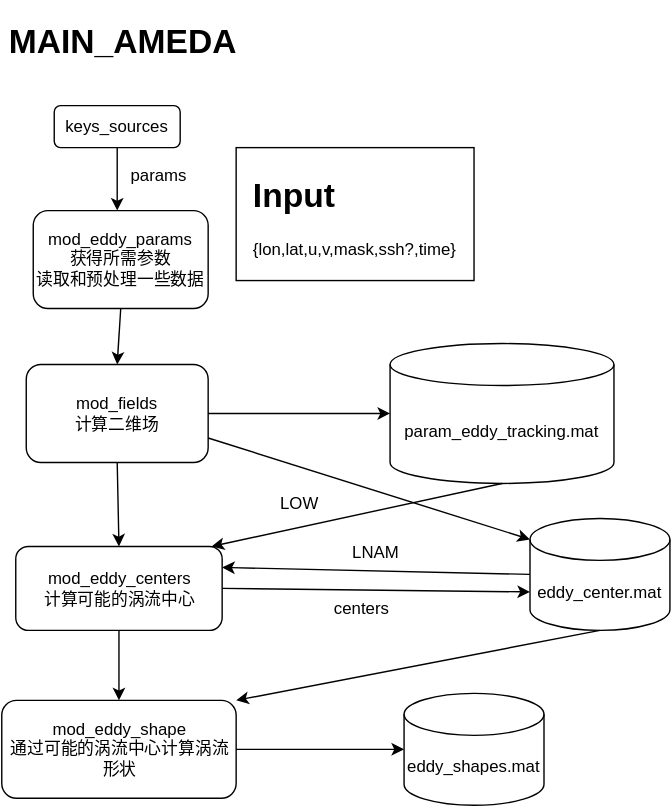
The draw.io diagram AMEDA.drawio.svg in zaodushi/git-test, before a commit. Source tidied: cells renumbered, new cells last; positions are measured from the earlier drawing's top-left corner, leaving out a move shared by most shapes.
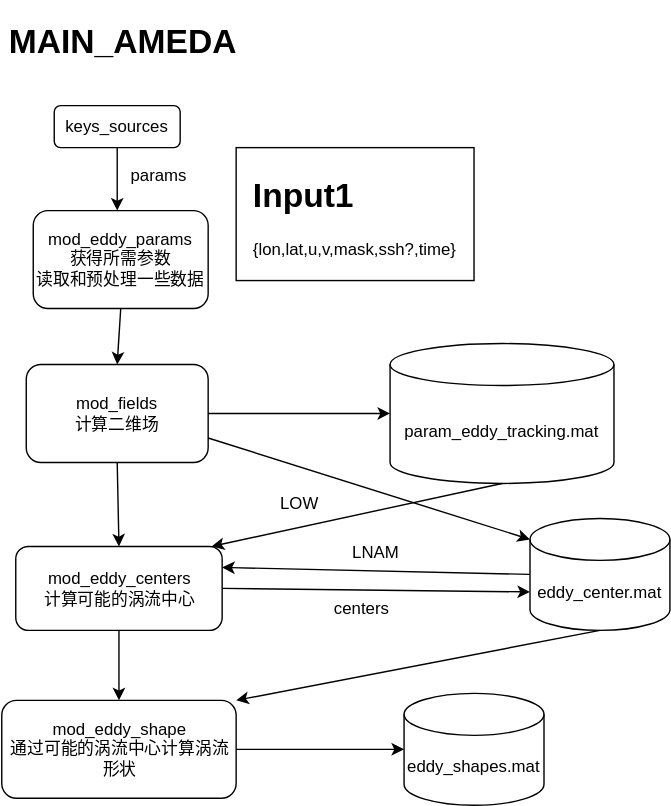
Above is the later version.

The edit, as a diff of the source:
```diff
@@ -68,7 +68,7 @@
     <mxCell id="21" value="params" style="text;html=1;strokeColor=none;fillColor=none;align=center;verticalAlign=middle;whiteSpace=wrap;rounded=0;" parent="1" vertex="1">
       <mxGeometry x="83" y="100" width="60" height="30" as="geometry" />
     </mxCell>
-    <mxCell id="22" value="&lt;h1 style=&quot;text-align: left;&quot;&gt;Input&lt;/h1&gt;&lt;p style=&quot;text-align: left;&quot;&gt;{lon,lat,u,v,mask,ssh?,time}&lt;/p&gt;" style="rounded=0;whiteSpace=wrap;html=1;" parent="1" vertex="1">
+    <mxCell id="22" value="&lt;h1 style=&quot;text-align: left;&quot;&gt;Input1&lt;/h1&gt;&lt;p style=&quot;text-align: left;&quot;&gt;{lon,lat,u,v,mask,ssh?,time}&lt;/p&gt;" style="rounded=0;whiteSpace=wrap;html=1;" parent="1" vertex="1">
       <mxGeometry x="168" y="95" width="170" height="95" as="geometry" />
     </mxCell>
     <mxCell id="23" style="endArrow=classic;html=1;exitX=0;exitY=0.5;exitDx=0;exitDy=0;exitPerimeter=0;entryX=1;entryY=0.25;entryDx=0;entryDy=0;" parent="1" edge="1" source="14" target="8">
```
